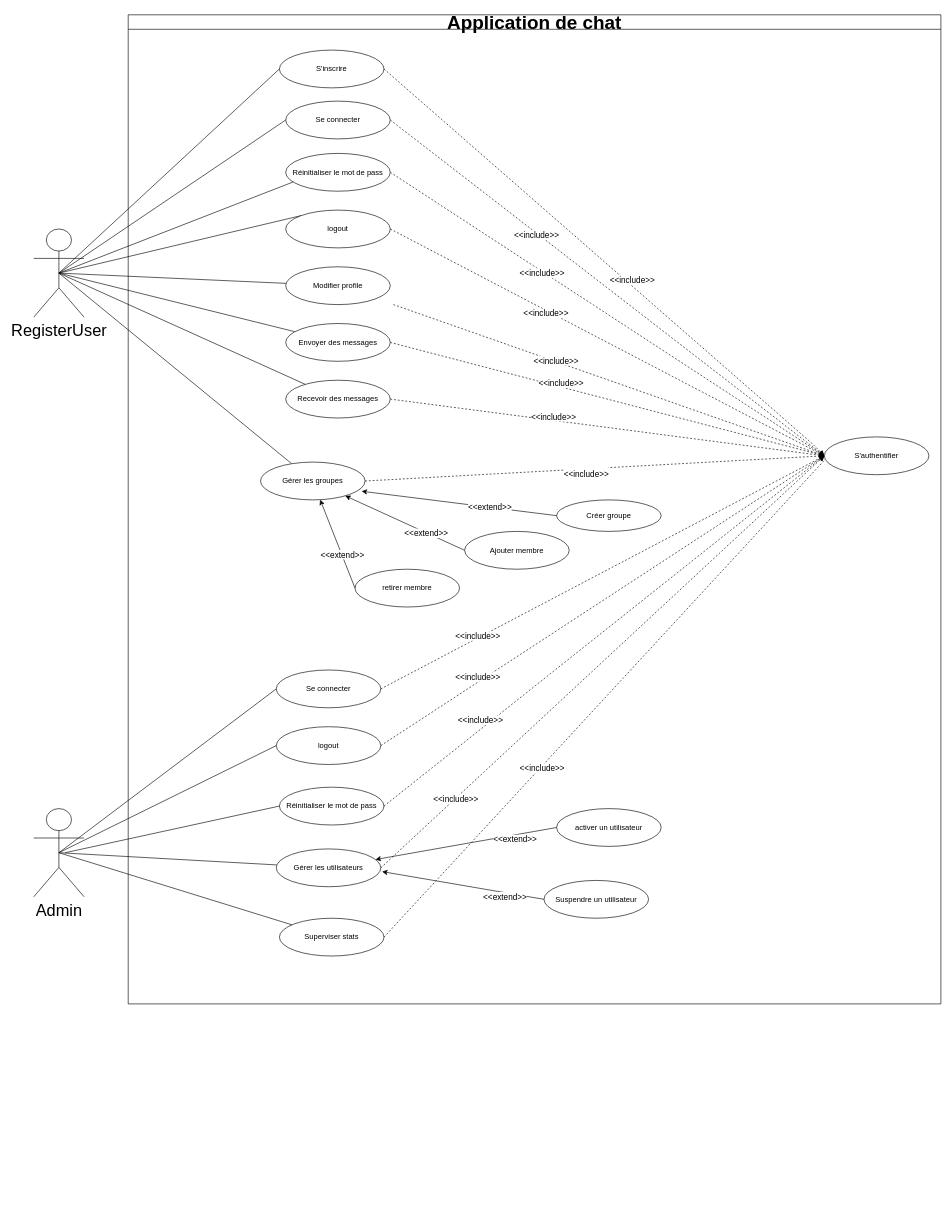
The draw.io diagram docs/use case.drawio in Mohsen-Elrhazi/projet_fil_rouge, before the edit. Source tidied: cells renumbered, new cells numbered last; positions are measured from the earlier drawing's top-left corner, leaving out a move shared by most shapes. Both pictures are drawn from the tidied source at 63%, with x=0, y=0 at pixel (33, 14).
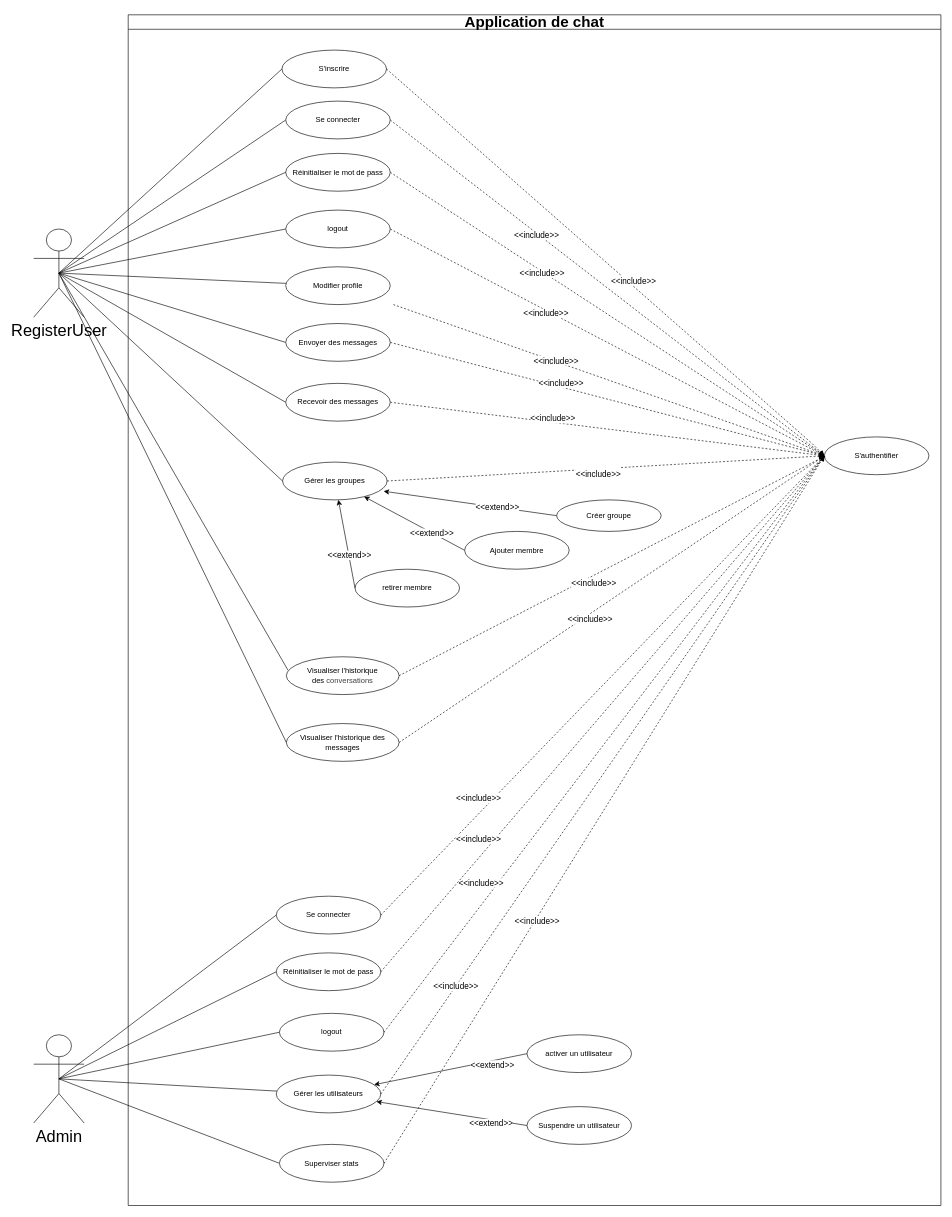
Above is the later version.

Commit message (it also covers changes not shown here):
reviser les diagramme de UML

The change refers to these unchanged cells:
```xml
<mxCell id="9" value="&lt;font style=&quot;font-size: 26px;&quot;&gt;RegisterUser&lt;/font&gt;&lt;div&gt;&lt;br&gt;&lt;/div&gt;" style="shape=umlActor;verticalLabelPosition=bottom;verticalAlign=top;html=1;outlineConnect=0;" parent="1" vertex="1">
  <mxGeometry y="340" width="80" height="140" as="geometry" />
</mxCell>
<mxCell id="15" value="Réinitialiser le mot de pass" style="ellipse;whiteSpace=wrap;html=1;" parent="1" vertex="1">
  <mxGeometry x="400" y="220" width="166" height="60" as="geometry" />
</mxCell>
<mxCell id="18" value=" logout" style="ellipse;whiteSpace=wrap;html=1;" parent="1" vertex="1">
  <mxGeometry x="400" y="310" width="166" height="60" as="geometry" />
</mxCell>
<mxCell id="22" value="   Envoyer des messages" style="ellipse;whiteSpace=wrap;html=1;" parent="1" vertex="1">
  <mxGeometry x="400" y="490" width="166" height="60" as="geometry" />
</mxCell>
<mxCell id="52" value="  S'authentifier" style="ellipse;whiteSpace=wrap;html=1;" parent="34" vertex="1">
  <mxGeometry x="1105" y="670" width="166" height="60" as="geometry" />
</mxCell>
```

The edit, as a diff of the source:
```diff
@@
-    <mxCell id="3" style="rounded=0;jettySize=auto;html=1;exitX=0.5;exitY=0.5;exitDx=0;exitDy=0;exitPerimeter=0;entryX=0;entryY=0;entryDx=0;entryDy=0;endArrow=none;startFill=0;" parent="1" edge="1" source="9" target="18">
+    <mxCell id="3" style="rounded=0;jettySize=auto;html=1;exitX=0.5;exitY=0.5;exitDx=0;exitDy=0;exitPerimeter=0;entryX=0;entryY=0.5;entryDx=0;entryDy=0;endArrow=none;startFill=0;" parent="1" edge="1" source="9" target="18">
       <mxGeometry relative="1" as="geometry" />
     </mxCell>
@@
-    <mxCell id="5" style="rounded=0;jettySize=auto;html=1;exitX=0.5;exitY=0.5;exitDx=0;exitDy=0;exitPerimeter=0;endArrow=none;startFill=0;" parent="1" edge="1" source="9" target="22">
+    <mxCell id="5" style="rounded=0;jettySize=auto;html=1;exitX=0.5;exitY=0.5;exitDx=0;exitDy=0;exitPerimeter=0;endArrow=none;startFill=0;entryX=0;entryY=0.5;entryDx=0;entryDy=0;" parent="1" edge="1" source="9" target="22">
       <mxGeometry relative="1" as="geometry" />
     </mxCell>
-    <mxCell id="6" style="rounded=0;jettySize=auto;html=1;exitX=0.5;exitY=0.5;exitDx=0;exitDy=0;exitPerimeter=0;endArrow=none;startFill=0;" parent="1" edge="1" source="9" target="25">
+    <mxCell id="6" style="rounded=0;jettySize=auto;html=1;exitX=0.5;exitY=0.5;exitDx=0;exitDy=0;exitPerimeter=0;endArrow=none;startFill=0;entryX=0;entryY=0.5;entryDx=0;entryDy=0;" parent="1" edge="1" source="9" target="25">
       <mxGeometry relative="1" as="geometry" />
     </mxCell>
-    <mxCell id="7" style="rounded=0;jettySize=auto;html=1;exitX=0.5;exitY=0.5;exitDx=0;exitDy=0;exitPerimeter=0;endArrow=none;startFill=0;" parent="1" edge="1" source="9" target="36">
+    <mxCell id="7" style="rounded=0;jettySize=auto;html=1;exitX=0.5;exitY=0.5;exitDx=0;exitDy=0;exitPerimeter=0;endArrow=none;startFill=0;entryX=0;entryY=0.5;entryDx=0;entryDy=0;" parent="1" edge="1" source="9" target="36">
       <mxGeometry relative="1" as="geometry" />
     </mxCell>
@@
     <mxCell id="25" value="    Recevoir des messages" style="ellipse;whiteSpace=wrap;html=1;" parent="1" vertex="1">
-      <mxGeometry x="400" y="580" width="166" height="60" as="geometry" />
+      <mxGeometry x="400" y="585" width="166" height="60" as="geometry" />
     </mxCell>
@@
-    <mxCell id="27" style="rounded=0;jettySize=auto;html=1;exitX=0.5;exitY=0.5;exitDx=0;exitDy=0;exitPerimeter=0;endArrow=none;startFill=0;" parent="1" edge="1" source="30" target="47">
+    <mxCell id="27" style="rounded=0;jettySize=auto;html=1;exitX=0.5;exitY=0.5;exitDx=0;exitDy=0;exitPerimeter=0;endArrow=none;startFill=0;entryX=0;entryY=0.5;entryDx=0;entryDy=0;" parent="1" edge="1" source="30" target="47">
       <mxGeometry relative="1" as="geometry" />
     </mxCell>
@@
     <mxCell id="30" value="&lt;div&gt;&lt;font style=&quot;font-size: 26px;&quot;&gt;Admin&lt;/font&gt;&lt;/div&gt;" style="shape=umlActor;verticalLabelPosition=bottom;verticalAlign=top;html=1;outlineConnect=0;" parent="1" vertex="1">
-      <mxGeometry y="1260" width="80" height="140" as="geometry" />
+      <mxGeometry y="1619" width="80" height="140" as="geometry" />
     </mxCell>
-    <mxCell id="31" style="rounded=0;jettySize=auto;html=1;exitX=1;exitY=0.5;exitDx=0;exitDy=0;dashed=1;" parent="1" edge="1" source="47">
-      <mxGeometry relative="1" as="geometry">
-        <mxPoint x="1280" y="680" as="targetPoint" />
-      </mxGeometry>
-    </mxCell>
-    <mxCell id="32" value="&lt;span style=&quot;font-size: 13px;&quot;&gt;&amp;lt;&amp;lt;include&amp;gt;&amp;gt;&lt;/span&gt;" style="edgeLabel;html=1;align=center;verticalAlign=middle;" parent="31" vertex="1">
-      <mxGeometry x="-0.31" y="-3" relative="1" as="geometry">
-        <mxPoint x="-1" as="offset" />
-      </mxGeometry>
-    </mxCell>
-    <mxCell id="33" style="rounded=0;jettySize=auto;html=1;exitX=0.5;exitY=0.5;exitDx=0;exitDy=0;exitPerimeter=0;entryX=0.072;entryY=0.755;entryDx=0;entryDy=0;entryPerimeter=0;endArrow=none;startFill=0;" parent="1" edge="1" source="9" target="15">
+    <mxCell id="33" style="rounded=0;jettySize=auto;html=1;exitX=0.5;exitY=0.5;exitDx=0;exitDy=0;exitPerimeter=0;entryX=0;entryY=0.5;entryDx=0;entryDy=0;endArrow=none;startFill=0;" parent="1" edge="1" source="9" target="15">
       <mxGeometry relative="1" as="geometry" />
     </mxCell>
-    <mxCell id="34" value="&lt;font style=&quot;font-size: 30px;&quot;&gt;Application de chat&lt;/font&gt;" style="swimlane;whiteSpace=wrap;html=1;" parent="1" vertex="1">
-      <mxGeometry x="150" width="1290" height="1570" as="geometry" />
+    <mxCell id="34" value="&lt;font style=&quot;font-size: 24px;&quot;&gt;Application de chat&lt;/font&gt;" style="swimlane;whiteSpace=wrap;html=1;" parent="1" vertex="1">
+      <mxGeometry x="150" width="1290" height="1890" as="geometry" />
     </mxCell>
@@
     <mxCell id="36" value="&lt;div&gt;&amp;nbsp;Gérer les&lt;span style=&quot;background-color: transparent; color: light-dark(rgb(0, 0, 0), rgb(255, 255, 255));&quot;&gt;&amp;nbsp;groupes&amp;nbsp;&lt;/span&gt;&lt;/div&gt;" style="ellipse;whiteSpace=wrap;html=1;" parent="34" vertex="1">
-      <mxGeometry x="210" y="710" width="166" height="60" as="geometry" />
+      <mxGeometry x="245" y="710" width="166" height="60" as="geometry" />
     </mxCell>
@@
     <mxCell id="45" value="&amp;nbsp;S'inscrire&amp;nbsp;" style="ellipse;whiteSpace=wrap;html=1;" parent="34" vertex="1">
-      <mxGeometry x="240" y="56" width="166" height="60" as="geometry" />
+      <mxGeometry x="244" y="56" width="166" height="60" as="geometry" />
     </mxCell>
     <mxCell id="46" value=" activer un utilisateur" style="ellipse;whiteSpace=wrap;html=1;" parent="34" vertex="1">
-      <mxGeometry x="680" y="1260" width="166" height="60" as="geometry" />
+      <mxGeometry x="633" y="1619" width="166" height="60" as="geometry" />
     </mxCell>
     <mxCell id="47" value="Superviser stats" style="ellipse;whiteSpace=wrap;html=1;" parent="34" vertex="1">
-      <mxGeometry x="240" y="1434" width="166" height="60" as="geometry" />
+      <mxGeometry x="240" y="1793" width="166" height="60" as="geometry" />
     </mxCell>
     <mxCell id="48" value="Gérer les utilisateurs" style="ellipse;whiteSpace=wrap;html=1;" parent="34" vertex="1">
-      <mxGeometry x="235" y="1324" width="166" height="60" as="geometry" />
+      <mxGeometry x="235" y="1683" width="166" height="60" as="geometry" />
     </mxCell>
@@
     <mxCell id="51" value="Se connecter" style="ellipse;whiteSpace=wrap;html=1;" parent="34" vertex="1">
-      <mxGeometry x="235" y="1040" width="166" height="60" as="geometry" />
+      <mxGeometry x="235" y="1399" width="166" height="60" as="geometry" />
     </mxCell>
@@
-    <mxCell id="63" value="&lt;span style=&quot;color: rgb(0, 0, 0);&quot;&gt;Réinitialiser le mot de pass&lt;/span&gt;" style="ellipse;whiteSpace=wrap;html=1;" parent="34" vertex="1">
-      <mxGeometry x="240" y="1226" width="166" height="60" as="geometry" />
+    <mxCell id="63" value="&lt;span style=&quot;color: rgb(0, 0, 0);&quot;&gt;logout&lt;/span&gt;" style="ellipse;whiteSpace=wrap;html=1;" parent="34" vertex="1">
+      <mxGeometry x="240" y="1585" width="166" height="60" as="geometry" />
     </mxCell>
@@
-    <mxCell id="66" value="logout" style="ellipse;whiteSpace=wrap;html=1;" parent="34" vertex="1">
-      <mxGeometry x="235" y="1130" width="166" height="60" as="geometry" />
+    <mxCell id="66" value="&lt;span style=&quot;color: rgb(0, 0, 0);&quot;&gt;Réinitialiser le mot de pass&lt;/span&gt;" style="ellipse;whiteSpace=wrap;html=1;" parent="34" vertex="1">
+      <mxGeometry x="235" y="1489" width="166" height="60" as="geometry" />
     </mxCell>
@@
     <mxCell id="69" value=" Suspendre un utilisateur" style="ellipse;whiteSpace=wrap;html=1;" parent="34" vertex="1">
-      <mxGeometry x="660" y="1374" width="166" height="60" as="geometry" />
+      <mxGeometry x="633" y="1733" width="166" height="60" as="geometry" />
     </mxCell>
+    <mxCell id="72" style="rounded=0;jettySize=auto;html=1;exitX=0;exitY=0.5;exitDx=0;exitDy=0;" parent="34" edge="1" source="69" target="48">
+      <mxGeometry relative="1" as="geometry" />
+    </mxCell>
+    <mxCell id="73" value="&lt;span style=&quot;font-size: 13px;&quot;&gt;&amp;lt;&amp;lt;extend&amp;gt;&amp;gt;&lt;/span&gt;" style="edgeLabel;html=1;align=center;verticalAlign=middle;" parent="72" vertex="1">
+      <mxGeometry x="-0.52" y="6" relative="1" as="geometry">
+        <mxPoint x="1" as="offset" />
+      </mxGeometry>
+    </mxCell>
+    <mxCell id="74" value="&lt;span&gt;Visualiser l'historique des&amp;nbsp;&lt;/span&gt;&lt;span style=&quot;color: rgb(63, 63, 63);&quot;&gt;conversations&lt;/span&gt;" style="ellipse;whiteSpace=wrap;html=1;" parent="34" vertex="1">
+      <mxGeometry x="251" y="1019" width="179" height="60" as="geometry" />
+    </mxCell>
+    <mxCell id="75" value="&lt;span&gt;Visualiser l'historique des messages&lt;/span&gt;" style="ellipse;whiteSpace=wrap;html=1;" parent="34" vertex="1">
+      <mxGeometry x="251" y="1125" width="179" height="60" as="geometry" />
+    </mxCell>
+    <mxCell id="76" style="rounded=0;jettySize=auto;html=1;exitX=1;exitY=0.5;exitDx=0;exitDy=0;entryX=0;entryY=0.5;entryDx=0;entryDy=0;dashed=1;" parent="34" edge="1" source="74">
+      <mxGeometry relative="1" as="geometry">
+        <mxPoint x="1107" y="700" as="targetPoint" />
+      </mxGeometry>
+    </mxCell>
+    <mxCell id="77" value="&lt;span style=&quot;color: rgb(0, 0, 0); font-family: Helvetica; font-size: 13px; font-style: normal; font-variant-ligatures: normal; font-variant-caps: normal; font-weight: 400; letter-spacing: normal; orphans: 2; text-align: center; text-indent: 0px; text-transform: none; widows: 2; word-spacing: 0px; -webkit-text-stroke-width: 0px; white-space: nowrap; background-color: rgb(255, 255, 255); text-decoration-thickness: initial; text-decoration-style: initial; text-decoration-color: initial; float: none; display: inline !important;&quot;&gt;&amp;lt;&amp;lt;include&amp;gt;&amp;gt;&lt;/span&gt;" style="edgeLabel;html=1;align=center;verticalAlign=middle;" parent="76" vertex="1">
+      <mxGeometry x="-0.08" y="-8" relative="1" as="geometry">
+        <mxPoint x="-6" y="6" as="offset" />
+      </mxGeometry>
+    </mxCell>
+    <mxCell id="31" style="rounded=0;jettySize=auto;html=1;exitX=1;exitY=0.5;exitDx=0;exitDy=0;dashed=1;entryX=0;entryY=0.5;entryDx=0;entryDy=0;" parent="34" edge="1" source="47" target="52">
+      <mxGeometry relative="1" as="geometry" />
+    </mxCell>
+    <mxCell id="32" value="&lt;span style=&quot;font-size: 13px;&quot;&gt;&amp;lt;&amp;lt;include&amp;gt;&amp;gt;&lt;/span&gt;" style="edgeLabel;html=1;align=center;verticalAlign=middle;" parent="31" vertex="1">
+      <mxGeometry x="-0.31" y="-3" relative="1" as="geometry">
+        <mxPoint x="-1" as="offset" />
+      </mxGeometry>
+    </mxCell>
+    <mxCell id="78" style="rounded=0;jettySize=auto;html=1;exitX=1;exitY=0.5;exitDx=0;exitDy=0;entryX=0;entryY=0.5;entryDx=0;entryDy=0;dashed=1;" parent="34" edge="1" source="75" target="52">
+      <mxGeometry relative="1" as="geometry" />
+    </mxCell>
+    <mxCell id="79" value="&lt;span style=&quot;color: rgb(0, 0, 0); font-family: Helvetica; font-size: 13px; font-style: normal; font-variant-ligatures: normal; font-variant-caps: normal; font-weight: 400; letter-spacing: normal; orphans: 2; text-align: center; text-indent: 0px; text-transform: none; widows: 2; word-spacing: 0px; -webkit-text-stroke-width: 0px; white-space: nowrap; background-color: rgb(255, 255, 255); text-decoration-thickness: initial; text-decoration-style: initial; text-decoration-color: initial; float: none; display: inline !important;&quot;&gt;&amp;lt;&amp;lt;include&amp;gt;&amp;gt;&lt;/span&gt;" style="edgeLabel;html=1;align=center;verticalAlign=middle;" parent="78" vertex="1">
+      <mxGeometry x="-0.08" y="-8" relative="1" as="geometry">
+        <mxPoint x="-12" y="6" as="offset" />
+      </mxGeometry>
+    </mxCell>
-    <mxCell id="70" style="rounded=0;jettySize=auto;html=1;entryX=0;entryY=0.5;entryDx=0;entryDy=0;endArrow=none;startFill=0;" parent="1" edge="1" target="63">
-      <mxGeometry relative="1" as="geometry">
-        <mxPoint x="50" y="1330" as="sourcePoint" />
-      </mxGeometry>
+    <mxCell id="70" style="rounded=0;jettySize=auto;html=1;entryX=0;entryY=0.5;entryDx=0;entryDy=0;endArrow=none;startFill=0;exitX=0.5;exitY=0.5;exitDx=0;exitDy=0;exitPerimeter=0;" parent="1" edge="1" source="30" target="63">
+      <mxGeometry relative="1" as="geometry" />
     </mxCell>
@@
-    <mxCell id="72" style="rounded=0;jettySize=auto;html=1;exitX=0;exitY=0.5;exitDx=0;exitDy=0;" parent="1" edge="1" source="69">
-      <mxGeometry relative="1" as="geometry">
-        <mxPoint x="553" y="1360" as="targetPoint" />
-      </mxGeometry>
-    </mxCell>
-    <mxCell id="73" value="&lt;span style=&quot;font-size: 13px;&quot;&gt;&amp;lt;&amp;lt;extend&amp;gt;&amp;gt;&lt;/span&gt;" style="edgeLabel;html=1;align=center;verticalAlign=middle;" parent="72" vertex="1">
-      <mxGeometry x="-0.52" y="6" relative="1" as="geometry">
-        <mxPoint x="1" as="offset" />
-      </mxGeometry>
-    </mxCell>
+    <mxCell id="80" style="rounded=0;jettySize=auto;html=1;exitX=0.5;exitY=0.5;exitDx=0;exitDy=0;exitPerimeter=0;endArrow=none;startFill=0;entryX=0.015;entryY=0.357;entryDx=0;entryDy=0;entryPerimeter=0;" parent="1" edge="1" source="9" target="74">
+      <mxGeometry relative="1" as="geometry" />
+    </mxCell>
+    <mxCell id="81" style="rounded=0;jettySize=auto;html=1;exitX=0.5;exitY=0.5;exitDx=0;exitDy=0;exitPerimeter=0;endArrow=none;startFill=0;entryX=0;entryY=0.5;entryDx=0;entryDy=0;" parent="1" edge="1" source="9" target="75">
+      <mxGeometry relative="1" as="geometry" />
+    </mxCell>
```
